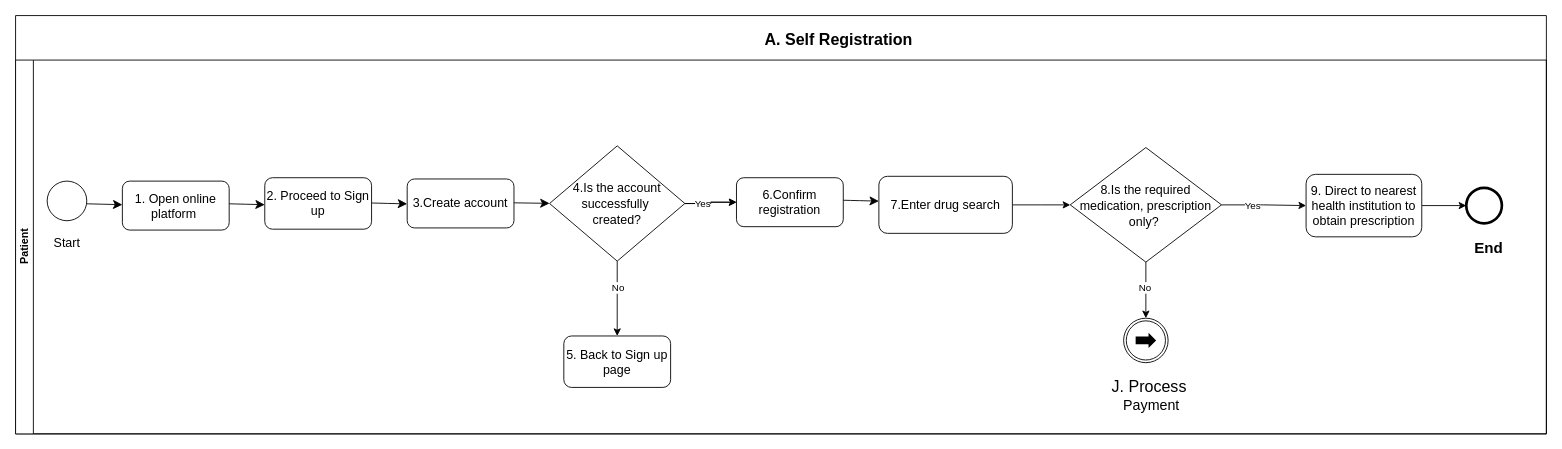
Above: page "a-self-registration" (3 of 12) of BPMN_Diagrams/ePrescription DAK Diagrams.drawio in Nigeria-FHIR-Community/2025Connectathon (draw.io), before the change. Source tidied: cells renumbered, new cells numbered last; positions are measured from the earlier drawing's top-left corner, leaving out a move shared by most shapes. Both pictures are drawn from the tidied source at 89%, with x=0, y=0 at pixel (15, 15).
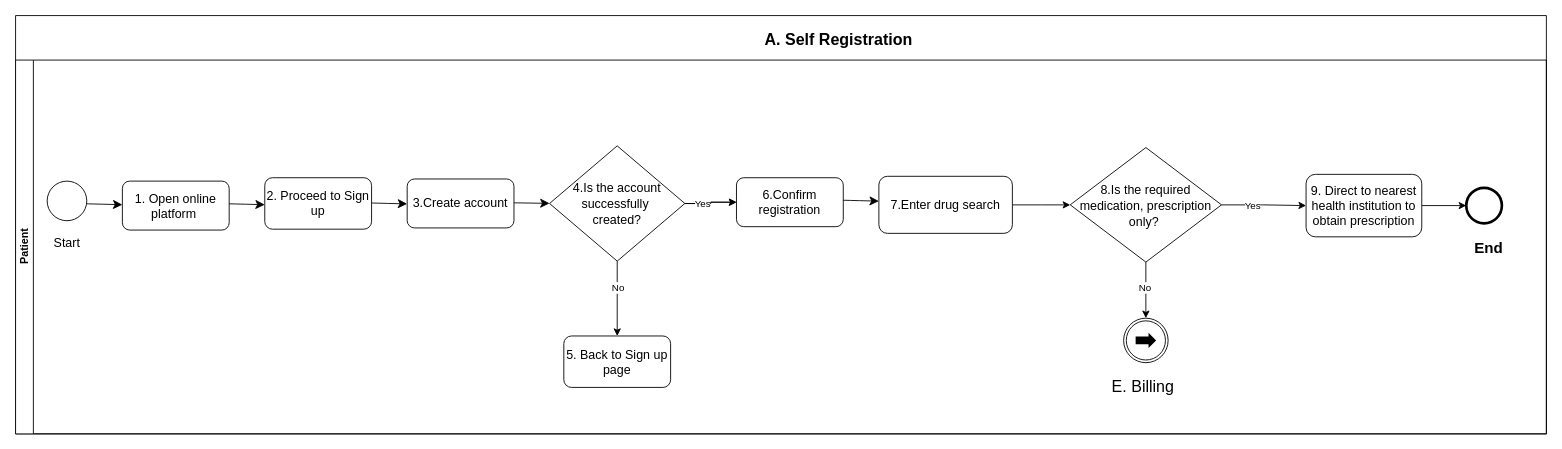
After the change.

Diff of the diagram source:
```diff
@@
-    <mxCell id="32" value="&lt;font style=&quot;text-align: center; text-wrap-mode: nowrap; font-size: 18px;&quot;&gt;J. Process&amp;nbsp;&lt;/font&gt;&lt;div style=&quot;text-align: center; text-wrap-mode: nowrap;&quot;&gt;&lt;font size=&quot;3&quot; style=&quot;&quot;&gt;Payment&lt;/font&gt;&lt;/div&gt;" style="text;whiteSpace=wrap;html=1;" parent="1" vertex="1">
+    <mxCell id="32" value="&lt;div style=&quot;text-align: center;&quot;&gt;&lt;span style=&quot;background-color: transparent; color: light-dark(rgb(0, 0, 0), rgb(255, 255, 255)); font-size: 18px; text-wrap-mode: nowrap;&quot;&gt;E. Billing&lt;/span&gt;&lt;/div&gt;" style="text;whiteSpace=wrap;html=1;" parent="1" vertex="1">
       <mxGeometry x="1230" y="400" width="140" height="40" as="geometry" />
     </mxCell>
```
